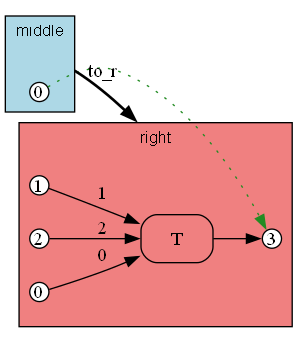
The Graphviz diagram crates/bhyp/images/test_copy_subst_commute/path2_shared_span_for_copy_T_to_r.png in ammatsui/bhypvis, before a commit. Its source is kept beside it as crates/bhyp/images/test_copy_subst_commute/path2_shared_span_for_copy_T_to_r.dot.
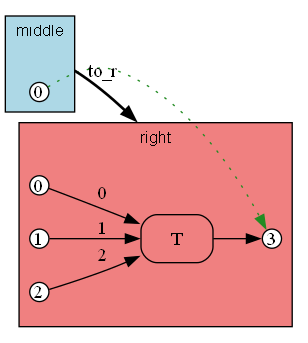
The same file after the commit.

What changed in the source:
```diff
@@ -23,10 +23,10 @@
     fontname="Helvetica";
     fontsize=12;
 
+    cod_n2 [label="2", shape=circle, style=filled, fillcolor=white, color="black", width=0.2, height=0.2, fixedsize=true];
+    cod_n1 [label="1", shape=circle, style=filled, fillcolor=white, color="black", width=0.2, height=0.2, fixedsize=true];
     cod_n0 [label="0", shape=circle, style=filled, fillcolor=white, color="black", width=0.2, height=0.2, fixedsize=true];
-    cod_n2 [label="2", shape=circle, style=filled, fillcolor=white, color="black", width=0.2, height=0.2, fixedsize=true];
     cod_n3 [label="3", shape=circle, style=filled, fillcolor=white, color="black", width=0.2, height=0.2, fixedsize=true];
-    cod_n1 [label="1", shape=circle, style=filled, fillcolor=white, color="black", width=0.2, height=0.2, fixedsize=true];
     cod_e0 [label="T", shape=box, style=rounded, color="black"];
     cod_n0 -> cod_e0 [label="0"];
     cod_n1 -> cod_e0 [label="1"];
```
